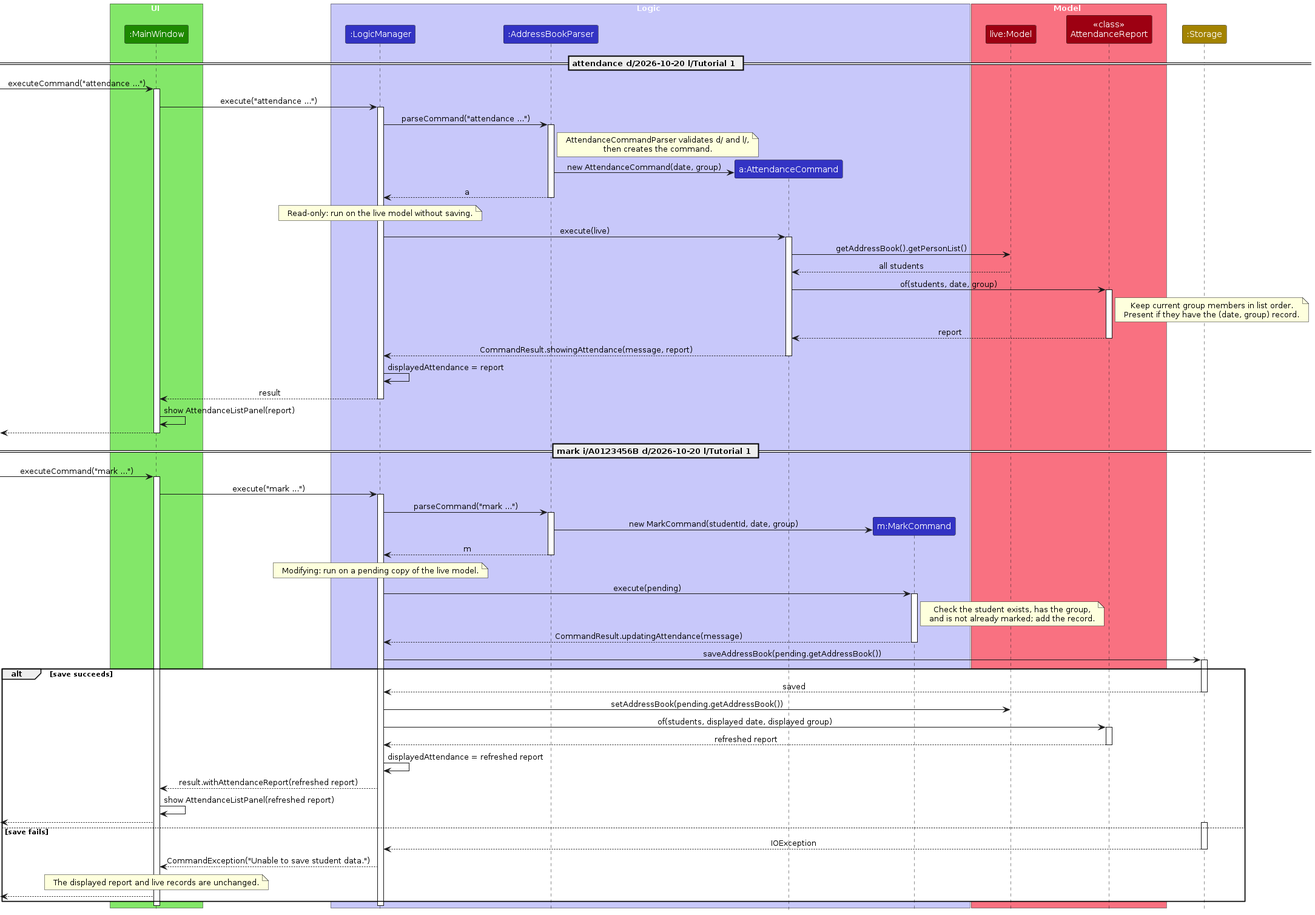
Above: diagrams/AttendanceSequenceDiagram.png in AY2627S1-CS2103T-F12-1/tp (PlantUML), before the change. Its source is kept beside it as diagrams/AttendanceSequenceDiagram.puml.
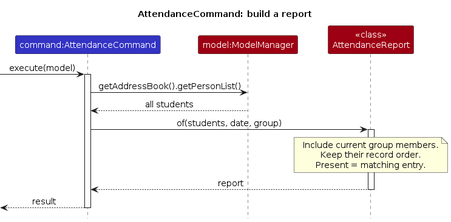
Above is the later version.

What changed in the source:
```diff
@@ -2,114 +2,23 @@
 !include style.puml
 skinparam ArrowFontStyle plain
 
-box UI UI_COLOR_T1
-participant ":MainWindow" as MainWindow UI_COLOR
-end box
-
-box Logic LOGIC_COLOR_T1
-participant ":LogicManager" as LogicManager LOGIC_COLOR
-participant ":AddressBookParser" as AddressBookParser LOGIC_COLOR
-participant "a:AttendanceCommand" as AttendanceCommand LOGIC_COLOR
-participant "m:MarkCommand" as MarkCommand LOGIC_COLOR
-end box
-
-box Model MODEL_COLOR_T1
-participant "live:Model" as LiveModel MODEL_COLOR
-participant "<<class>>\nAttendanceReport" as AttendanceReport MODEL_COLOR
-end box
-participant ":Storage" as Storage STORAGE_COLOR
-
-== attendance d/2026-10-20 l/Tutorial 1 ==
-
-[-> MainWindow : executeCommand("attendance ...")
-activate MainWindow
-MainWindow -> LogicManager : execute("attendance ...")
-activate LogicManager
-LogicManager -> AddressBookParser : parseCommand("attendance ...")
-activate AddressBookParser
-note right of AddressBookParser
-AttendanceCommandParser validates d/ and l/,
-then creates the command.
+title AttendanceCommand: build a report
+participant "command:AttendanceCommand" as Command LOGIC_COLOR
+participant "model:ModelManager" as Model MODEL_COLOR
+participant "<<class>>\nAttendanceReport" as Report MODEL_COLOR
+[-> Command : execute(model)
+activate Command
+Command -> Model : getAddressBook().getPersonList()
+Model --> Command : all students
+Command -> Report : of(students, date, group)
+activate Report
+note over Report
+Include current group members.
+Keep their record order.
+Present = matching entry.
 end note
-create AttendanceCommand
-AddressBookParser -> AttendanceCommand : new AttendanceCommand(date, group)
-AddressBookParser --> LogicManager : a
-deactivate AddressBookParser
-
-note over LogicManager
-Read-only: run on the live model without saving.
-end note
-LogicManager -> AttendanceCommand : execute(live)
-activate AttendanceCommand
-AttendanceCommand -> LiveModel : getAddressBook().getPersonList()
-LiveModel --> AttendanceCommand : all students
-AttendanceCommand -> AttendanceReport : of(students, date, group)
-activate AttendanceReport
-note right of AttendanceReport
-Keep current group members in list order.
-Present if they have the (date, group) record.
-end note
-AttendanceReport --> AttendanceCommand : report
-deactivate AttendanceReport
-AttendanceCommand --> LogicManager : CommandResult.showingAttendance(message, report)
-deactivate AttendanceCommand
-
-LogicManager -> LogicManager : displayedAttendance = report
-LogicManager --> MainWindow : result
-deactivate LogicManager
-MainWindow -> MainWindow : show AttendanceListPanel(report)
-[<-- MainWindow
-deactivate MainWindow
-
-== mark i/A0123456B d/2026-10-20 l/Tutorial 1 ==
-
-[-> MainWindow : executeCommand("mark ...")
-activate MainWindow
-MainWindow -> LogicManager : execute("mark ...")
-activate LogicManager
-LogicManager -> AddressBookParser : parseCommand("mark ...")
-activate AddressBookParser
-create MarkCommand
-AddressBookParser -> MarkCommand : new MarkCommand(studentId, date, group)
-AddressBookParser --> LogicManager : m
-deactivate AddressBookParser
-
-note over LogicManager
-Modifying: run on a pending copy of the live model.
-end note
-LogicManager -> MarkCommand : execute(pending)
-activate MarkCommand
-note right of MarkCommand
-Check the student exists, has the group,
-and is not already marked; add the record.
-end note
-MarkCommand --> LogicManager : CommandResult.updatingAttendance(message)
-deactivate MarkCommand
-
-LogicManager -> Storage : saveAddressBook(pending.getAddressBook())
-activate Storage
-alt save succeeds
-Storage --> LogicManager : saved
-deactivate Storage
-LogicManager -> LiveModel : setAddressBook(pending.getAddressBook())
-LogicManager -> AttendanceReport : of(students, displayed date, displayed group)
-activate AttendanceReport
-AttendanceReport --> LogicManager : refreshed report
-deactivate AttendanceReport
-LogicManager -> LogicManager : displayedAttendance = refreshed report
-LogicManager --> MainWindow : result.withAttendanceReport(refreshed report)
-MainWindow -> MainWindow : show AttendanceListPanel(refreshed report)
-[<-- MainWindow
-else save fails
-activate Storage
-Storage --> LogicManager : IOException
-deactivate Storage
-LogicManager --> MainWindow : CommandException("Unable to save student data.")
-note over MainWindow
-The displayed report and live records are unchanged.
-end note
-[<-- MainWindow
-end
-deactivate LogicManager
-deactivate MainWindow
+Report --> Command : report
+deactivate Report
+[<-- Command : result
+deactivate Command
 @enduml
```
